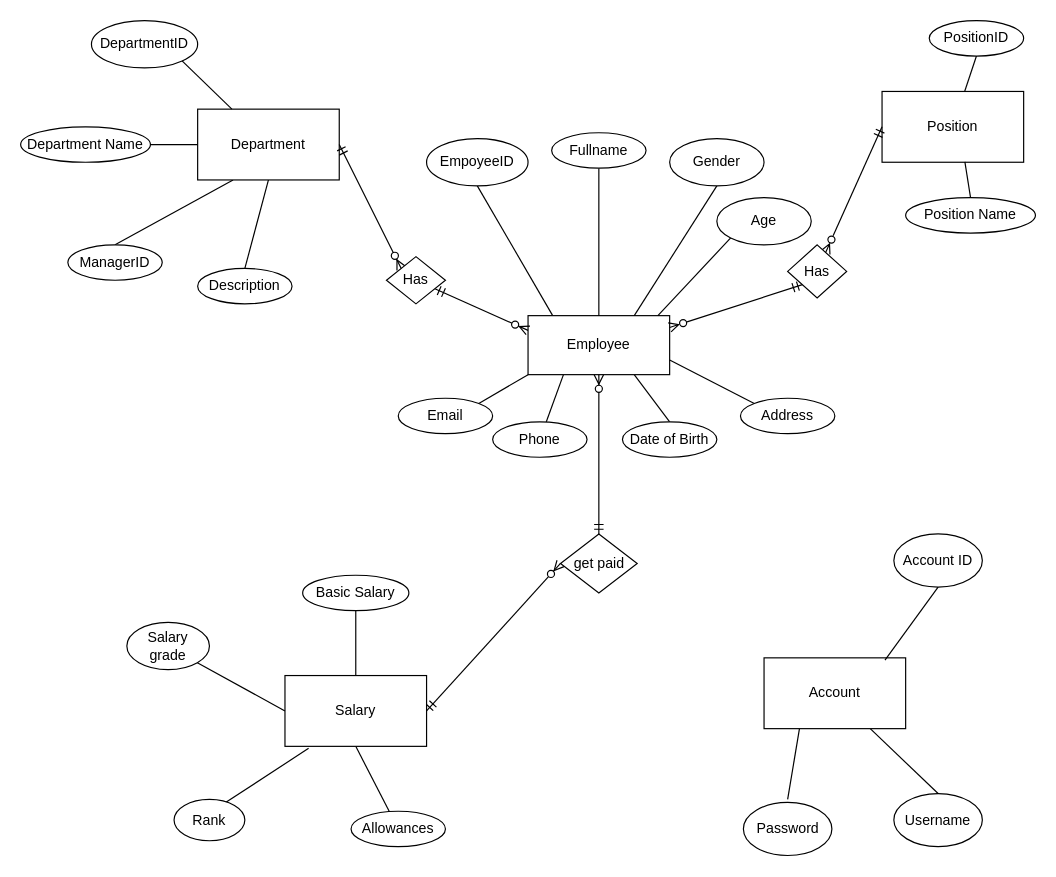
Before: QLNS.drawio in dodangtuan/baitestjava1, a draw.io diagram. Source tidied: cells renumbered, new cells numbered last; positions are measured from the earlier drawing's top-left corner, leaving out a move shared by most shapes. Both pictures are drawn from the tidied source at 118%, with x=0, y=0 at pixel (20, 20).
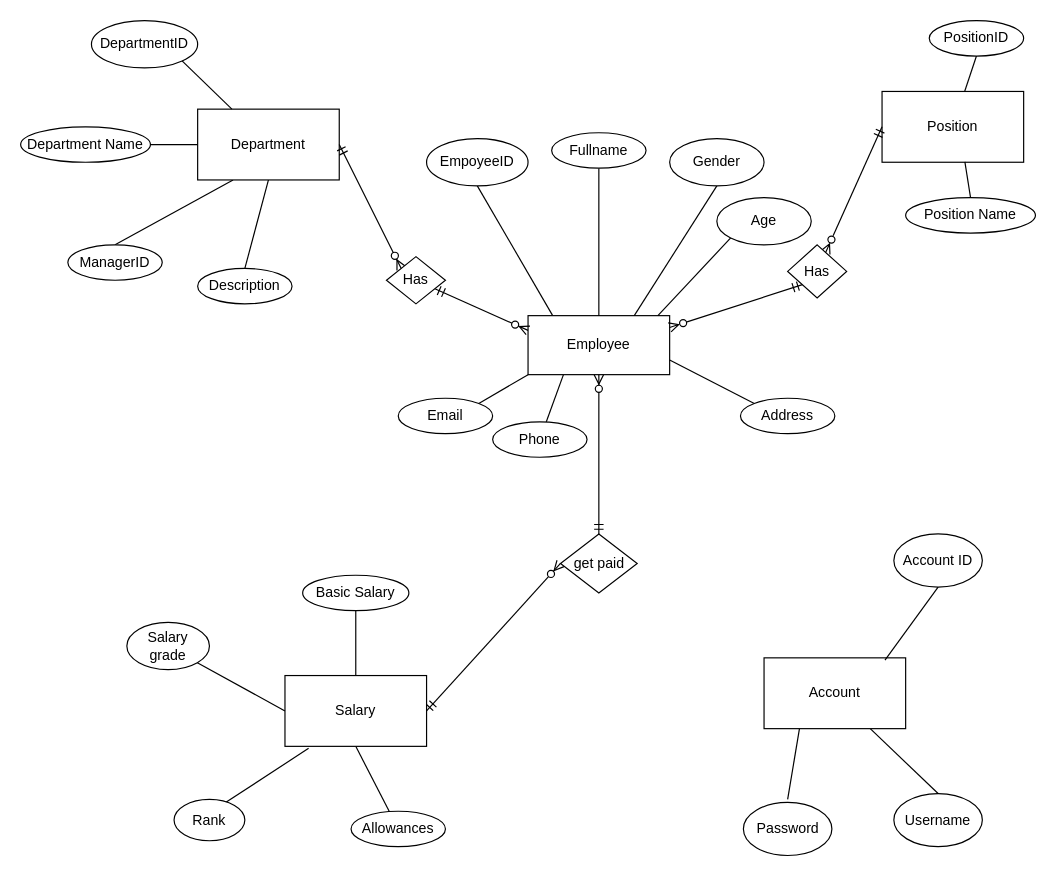
The same page after the edit.

Unchanged cells that the change refers to:
```xml
<mxCell id="4" value="Employee " style="rounded=0;whiteSpace=wrap;html=1;" parent="1" vertex="1">
  <mxGeometry x="430" y="250" width="120" height="50" as="geometry" />
</mxCell>
```

The edit, as a diff of the source:
```diff
@@
-    <mxCell id="3" style="rounded=0;jettySize=auto;html=1;exitX=0.75;exitY=1;exitDx=0;exitDy=0;entryX=0.5;entryY=0;entryDx=0;entryDy=0;endArrow=none;endFill=0;" parent="1" edge="1" source="4" target="23">
-      <mxGeometry relative="1" as="geometry" />
-    </mxCell>
@@
-    <mxCell id="23" value="Date of Birth" style="ellipse;whiteSpace=wrap;html=1;" parent="1" vertex="1">
-      <mxGeometry x="510" y="340" width="80" height="30" as="geometry" />
-    </mxCell>
@@
-    <mxCell id="47" style="edgeStyle=orthogonalEdgeStyle;rounded=0;orthogonalLoop=1;jettySize=auto;html=1;exitX=0.5;exitY=1;exitDx=0;exitDy=0;" parent="1" edge="1" source="23" target="23">
-      <mxGeometry relative="1" as="geometry" />
+    <mxCell id="47" style="edgeStyle=orthogonalEdgeStyle;rounded=0;orthogonalLoop=1;jettySize=auto;html=1;exitX=0.5;exitY=1;exitDx=0;exitDy=0;" parent="1" edge="1">
+      <mxGeometry relative="1" as="geometry">
+        <mxPoint x="550" y="370" as="sourcePoint" />
+        <mxPoint x="550" y="370" as="targetPoint" />
+      </mxGeometry>
     </mxCell>
```
